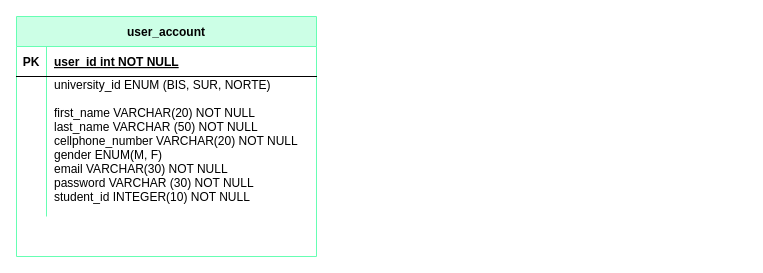
This is entity-relationship-diagram.drawio from carpool-bis/entity-relationship-diagram, a draw.io file, before an edit. Source tidied: cells renumbered, new cells numbered last; positions are measured from the earlier drawing's top-left corner, leaving out a move shared by most shapes. Both pictures are drawn from the tidied source at 100%, with x=0, y=0 at pixel (16, 16).
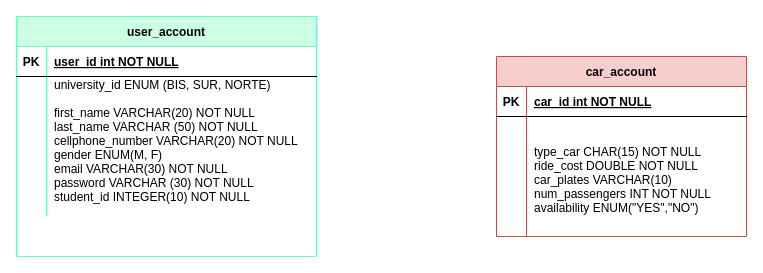
The same page after the edit.

Commit message:
car_account table

What changed in the source:
```diff
@@
 <mxGraphModel>
   <root>
     <mxCell id="0" />
     <mxCell id="1" parent="0" />
     <mxCell id="2" value="user_account" style="shape=table;startSize=30;childLayout=tableLayout;rowLines=0;fontStyle=1;align=center;fillColor=#CCFFE6;strokeColor=#66FFB3;" parent="1" vertex="1">
       <mxGeometry width="300" height="240" as="geometry" />
     </mxCell>
     <mxCell id="3" style="shape=partialRectangle;fillColor=none;top=0;left=0;right=0;bottom=1;" parent="2" vertex="1">
       <mxGeometry y="30" width="300" height="30" as="geometry" />
     </mxCell>
     <mxCell id="4" value="PK" style="shape=partialRectangle;overflow=hidden;fillColor=none;top=0;left=0;bottom=0;right=0;fontStyle=1;" parent="3" vertex="1">
       <mxGeometry width="30" height="30" as="geometry" />
     </mxCell>
     <mxCell id="5" value="user_id int NOT NULL " style="shape=partialRectangle;overflow=hidden;fillColor=none;top=0;left=0;bottom=0;right=0;align=left;spacingLeft=6;fontStyle=5;" parent="3" vertex="1">
       <mxGeometry x="30" width="270" height="30" as="geometry" />
     </mxCell>
     <mxCell id="6" style="shape=partialRectangle;fillColor=none;top=0;left=0;right=0;bottom=0;" parent="2" vertex="1">
       <mxGeometry y="60" width="300" height="140" as="geometry" />
     </mxCell>
     <mxCell id="7" style="shape=partialRectangle;overflow=hidden;fillColor=none;top=0;left=0;bottom=0;right=0;" parent="6" vertex="1">
       <mxGeometry width="30" height="140" as="geometry" />
     </mxCell>
     <mxCell id="8" value="university_id ENUM (BIS, SUR, NORTE)&#10;&#10;first_name VARCHAR(20) NOT NULL&#10;last_name VARCHAR (50) NOT NULL&#10;cellphone_number VARCHAR(20) NOT NULL&#10;gender ENUM(M, F) &#10;email VARCHAR(30) NOT NULL&#10;password VARCHAR (30) NOT NULL&#10;student_id INTEGER(10) NOT NULL&#10;&#10;&#10;&#10;&#10;&#10;&#10;" style="shape=partialRectangle;overflow=hidden;fillColor=none;top=0;left=0;bottom=0;right=0;align=left;spacingLeft=6;" parent="6" vertex="1">
       <mxGeometry x="30" width="270" height="140" as="geometry" />
     </mxCell>
+    <mxCell id="9" value="car_account" style="shape=table;startSize=30;childLayout=tableLayout;rowLines=0;fontStyle=1;align=center;fillColor=#f8cecc;strokeColor=#b85450;" parent="1" vertex="1">
+      <mxGeometry x="480" y="40" width="250" height="180" as="geometry" />
+    </mxCell>
+    <mxCell id="10" style="shape=partialRectangle;fillColor=none;top=0;left=0;right=0;bottom=1;" parent="9" vertex="1">
+      <mxGeometry y="30" width="250" height="30" as="geometry" />
+    </mxCell>
+    <mxCell id="11" value="PK" style="shape=partialRectangle;overflow=hidden;fillColor=none;top=0;left=0;bottom=0;right=0;fontStyle=1;" parent="10" vertex="1">
+      <mxGeometry width="30" height="30" as="geometry" />
+    </mxCell>
+    <mxCell id="12" value="car_id int NOT NULL " style="shape=partialRectangle;overflow=hidden;fillColor=none;top=0;left=0;bottom=0;right=0;align=left;spacingLeft=6;fontStyle=5;" parent="10" vertex="1">
+      <mxGeometry x="30" width="220" height="30" as="geometry" />
+    </mxCell>
+    <mxCell id="13" style="shape=partialRectangle;fillColor=none;top=0;left=0;right=0;bottom=0;" parent="9" vertex="1">
+      <mxGeometry y="60" width="250" height="20" as="geometry" />
+    </mxCell>
+    <mxCell id="14" style="shape=partialRectangle;overflow=hidden;fillColor=none;top=0;left=0;bottom=0;right=0;" parent="13" vertex="1">
+      <mxGeometry width="30" height="20" as="geometry" />
+    </mxCell>
+    <mxCell id="15" style="shape=partialRectangle;overflow=hidden;fillColor=none;top=0;left=0;bottom=0;right=0;align=left;spacingLeft=6;" parent="13" vertex="1">
+      <mxGeometry x="30" width="220" height="20" as="geometry" />
+    </mxCell>
+    <mxCell id="16" style="shape=partialRectangle;fillColor=none;top=0;left=0;right=0;bottom=0;" parent="9" vertex="1">
+      <mxGeometry y="80" width="250" height="100" as="geometry" />
+    </mxCell>
+    <mxCell id="17" style="shape=partialRectangle;overflow=hidden;fillColor=none;top=0;left=0;bottom=0;right=0;" parent="16" vertex="1">
+      <mxGeometry width="30" height="100" as="geometry" />
+    </mxCell>
+    <mxCell id="18" value="type_car CHAR(15) NOT NULL&#10;ride_cost DOUBLE NOT NULL&#10;car_plates VARCHAR(10)&#10;num_passengers INT NOT NULL&#10;availability ENUM(&quot;YES&quot;,&quot;NO&quot;)&#10;" style="shape=partialRectangle;overflow=hidden;fillColor=none;top=0;left=0;bottom=0;right=0;align=left;spacingLeft=6;" parent="16" vertex="1">
+      <mxGeometry x="30" width="220" height="100" as="geometry" />
+    </mxCell>
   </root>
 </mxGraphModel>
```
